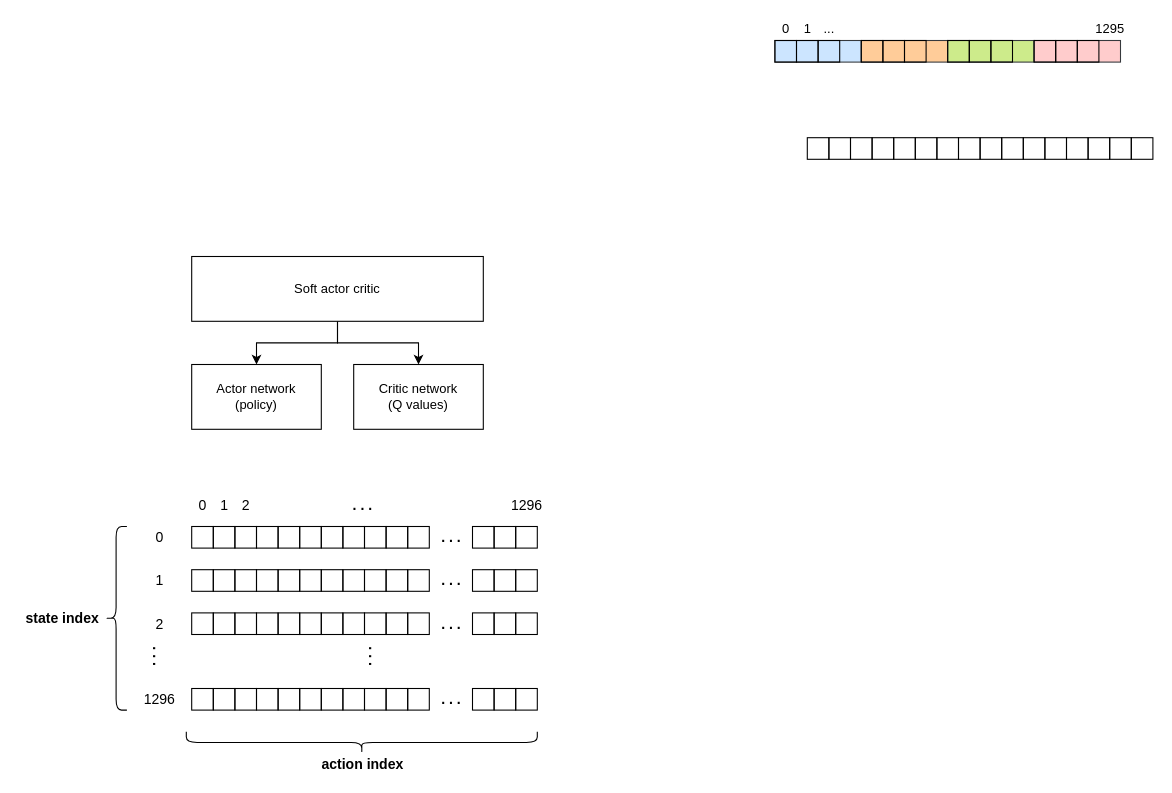
Earlier version of the draw.io diagram page "agent_representation" (2 of 4) of schematics/agent_design.drawio (jogrady23/rl-solar). Source tidied: cells renumbered, new cells numbered last; positions are measured from the earlier drawing's top-left corner, leaving out a move shared by most shapes. Both pictures are drawn from the tidied source at 108%, with x=0, y=0 at pixel (18, 18).
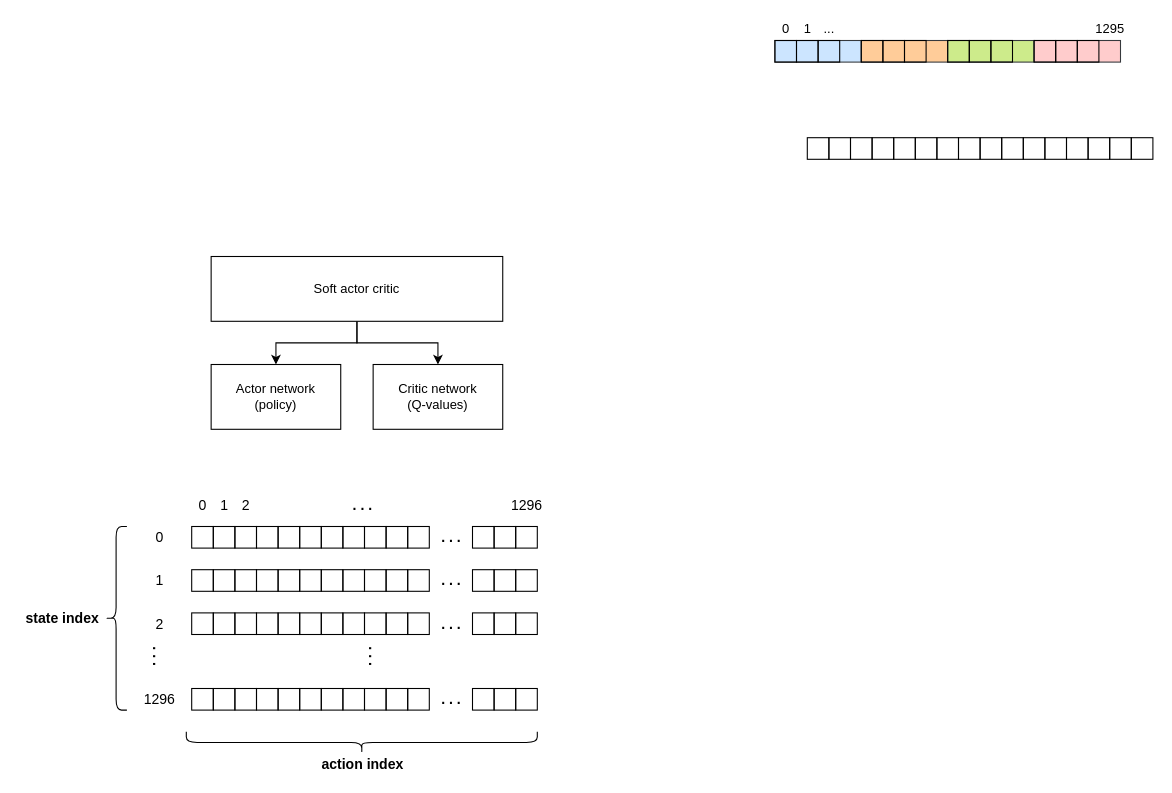
The same diagram, later.

Change to the diagram source:
```diff
@@
     <mxCell id="24" value="Soft actor critic" style="rounded=0;whiteSpace=wrap;html=1;fontSize=12;" parent="1" vertex="1">
-      <mxGeometry x="160" y="220" width="270" height="60" as="geometry" />
+      <mxGeometry x="178" y="220" width="270" height="60" as="geometry" />
     </mxCell>
     <mxCell id="25" value="Actor network&lt;br&gt;(policy)" style="rounded=0;whiteSpace=wrap;html=1;fontSize=12;" parent="1" vertex="1">
-      <mxGeometry x="160" y="320" width="120" height="60" as="geometry" />
+      <mxGeometry x="178" y="320" width="120" height="60" as="geometry" />
     </mxCell>
-    <mxCell id="26" value="Critic network&lt;br&gt;(Q values)" style="rounded=0;whiteSpace=wrap;html=1;fontSize=12;" parent="1" vertex="1">
-      <mxGeometry x="310" y="320" width="120" height="60" as="geometry" />
+    <mxCell id="26" value="Critic network&lt;br&gt;(Q-values)" style="rounded=0;whiteSpace=wrap;html=1;fontSize=12;" parent="1" vertex="1">
+      <mxGeometry x="328" y="320" width="120" height="60" as="geometry" />
     </mxCell>
```
